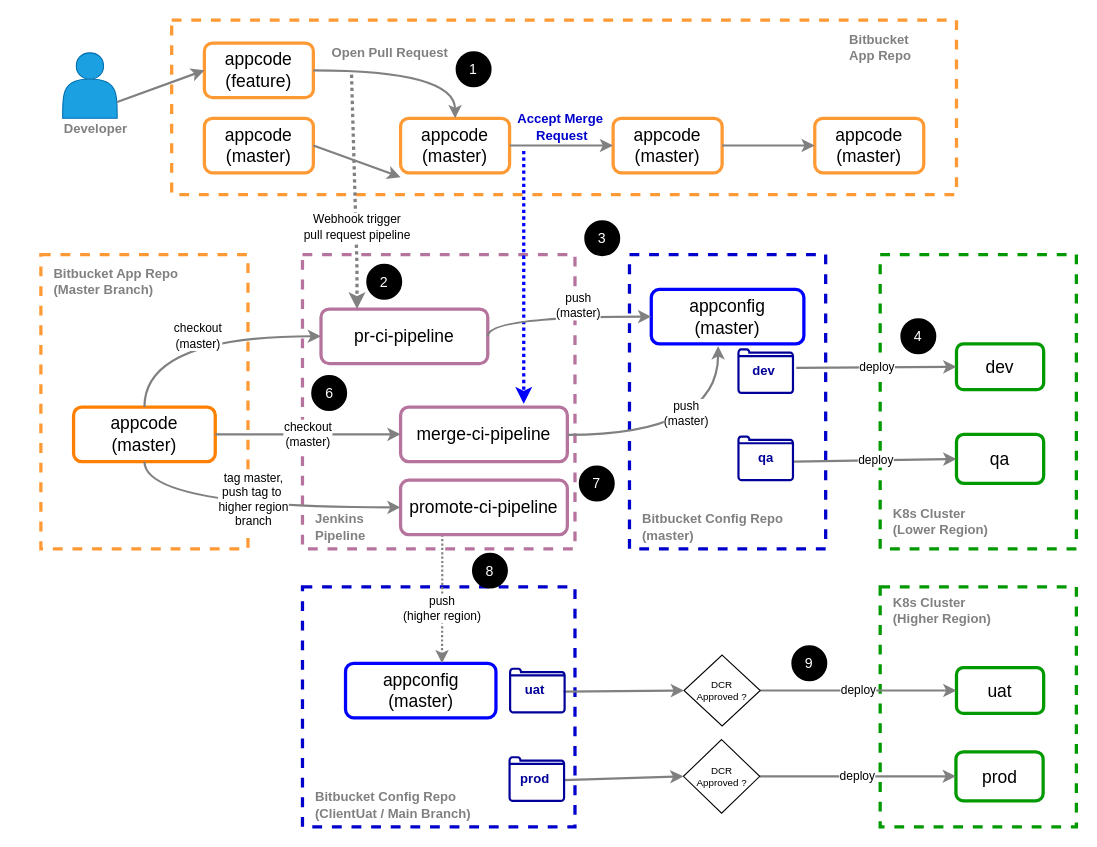
Before: page "Page-2" (2 of 2) of cicd.drawio in josephlim75/technologies, a draw.io diagram. Source tidied: cells renumbered, new cells numbered last; positions are measured from the earlier drawing's top-left corner, leaving out a move shared by most shapes. Both pictures are drawn from the tidied source at 109%, with x=0, y=0 at pixel (19, 20).
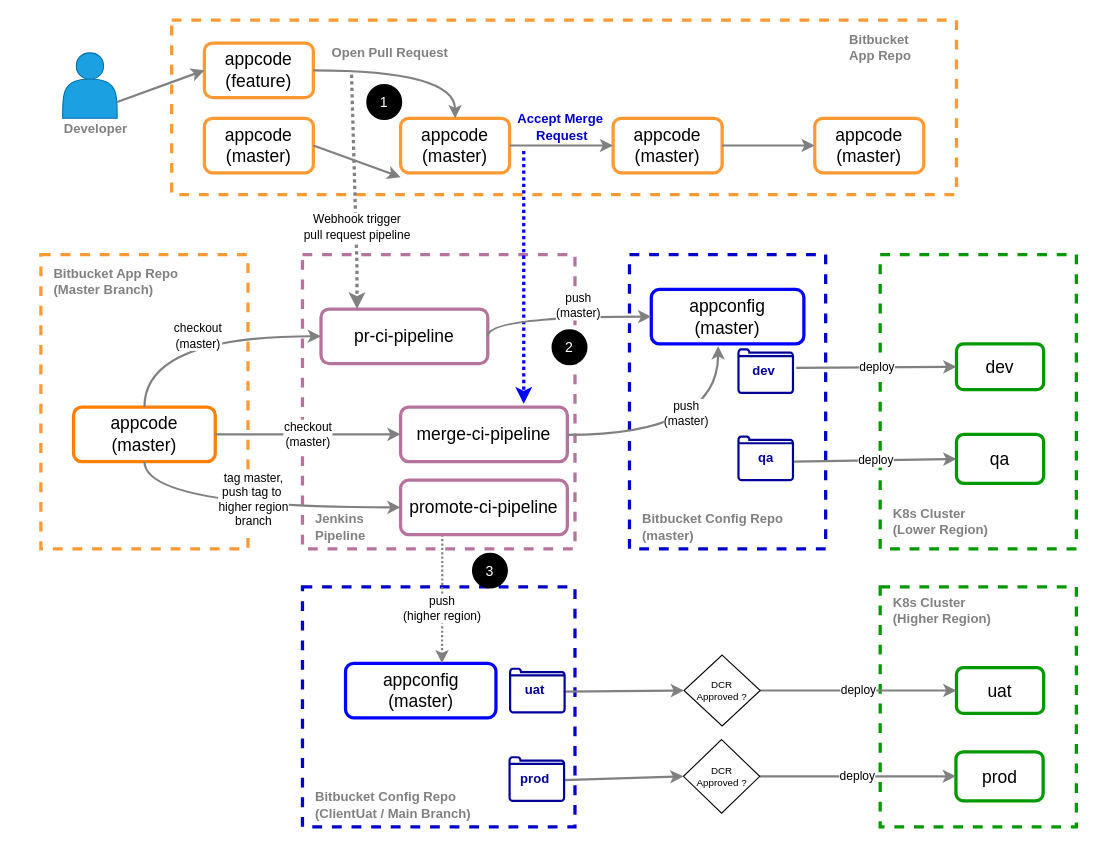
The same page after the edit.

The edit, as a diff of the source:
```diff
@@
     <mxCell id="43" value="1" style="ellipse;whiteSpace=wrap;html=1;strokeColor=#000000;strokeWidth=3;fillColor=#000000;fontSize=13;fontColor=#FFFFFF;fontStyle=0;" parent="1" vertex="1">
-      <mxGeometry x="402" y="30" width="30" height="30" as="geometry" />
+      <mxGeometry x="320" y="60" width="30" height="30" as="geometry" />
     </mxCell>
     <mxCell id="44" value="2" style="ellipse;whiteSpace=wrap;html=1;strokeColor=#000000;strokeWidth=3;fillColor=#000000;fontSize=13;fontColor=#FFFFFF;fontStyle=0;" parent="1" vertex="1">
-      <mxGeometry x="320" y="225" width="30" height="30" as="geometry" />
+      <mxGeometry x="490" y="285" width="30" height="30" as="geometry" />
     </mxCell>
-    <mxCell id="45" value="3" style="ellipse;whiteSpace=wrap;html=1;strokeColor=#000000;strokeWidth=3;fillColor=#000000;fontSize=13;fontColor=#FFFFFF;fontStyle=0;" parent="1" vertex="1">
-      <mxGeometry x="520" y="185" width="30" height="30" as="geometry" />
-    </mxCell>
-    <mxCell id="46" value="4" style="ellipse;whiteSpace=wrap;html=1;strokeColor=#000000;strokeWidth=3;fillColor=#000000;fontSize=13;fontColor=#FFFFFF;fontStyle=0;" parent="1" vertex="1">
-      <mxGeometry x="810" y="275" width="30" height="30" as="geometry" />
-    </mxCell>
-    <mxCell id="47" value="6" style="ellipse;whiteSpace=wrap;html=1;strokeColor=#000000;strokeWidth=3;fillColor=#000000;fontSize=13;fontColor=#FFFFFF;fontStyle=0;" parent="1" vertex="1">
-      <mxGeometry x="269.5" y="327" width="30" height="30" as="geometry" />
-    </mxCell>
-    <mxCell id="48" value="7" style="ellipse;whiteSpace=wrap;html=1;strokeColor=#000000;strokeWidth=3;fillColor=#000000;fontSize=13;fontColor=#FFFFFF;fontStyle=0;" parent="1" vertex="1">
-      <mxGeometry x="515" y="410" width="30" height="30" as="geometry" />
-    </mxCell>
@@
-    <mxCell id="68" value="8" style="ellipse;whiteSpace=wrap;html=1;strokeColor=#000000;strokeWidth=3;fillColor=#000000;fontSize=13;fontColor=#FFFFFF;fontStyle=0;" parent="1" vertex="1">
+    <mxCell id="68" value="3" style="ellipse;whiteSpace=wrap;html=1;strokeColor=#000000;strokeWidth=3;fillColor=#000000;fontSize=13;fontColor=#FFFFFF;fontStyle=0;" parent="1" vertex="1">
       <mxGeometry x="417" y="490" width="30" height="30" as="geometry" />
     </mxCell>
-    <mxCell id="69" value="9" style="ellipse;whiteSpace=wrap;html=1;strokeColor=#000000;strokeWidth=3;fillColor=#000000;fontSize=13;fontColor=#FFFFFF;fontStyle=0;" parent="1" vertex="1">
-      <mxGeometry x="710" y="575" width="30" height="30" as="geometry" />
-    </mxCell>
```
